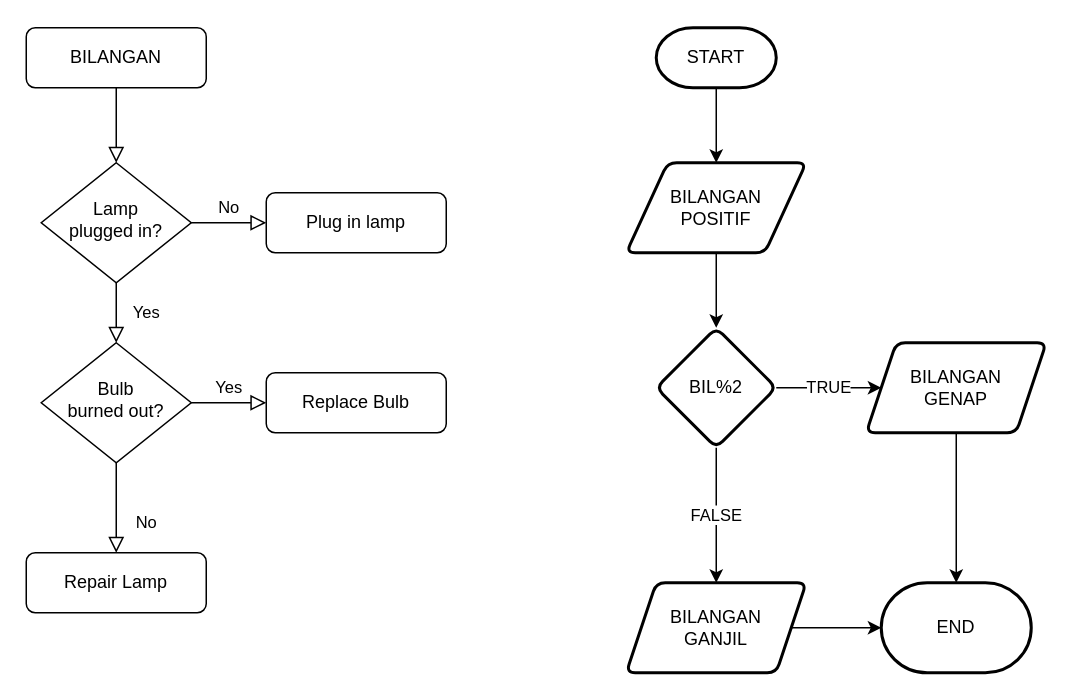
This is Menentuka Bilangan Genap dan Ganjil.drawio from Vanvill027/Algo_B_23241075_2, a draw.io file, before an edit. Source tidied: cells renumbered, new cells numbered last; positions are measured from the earlier drawing's top-left corner, leaving out a move shared by most shapes. Both pictures are drawn from the tidied source at 150%, with x=0, y=0 at pixel (26, 27).
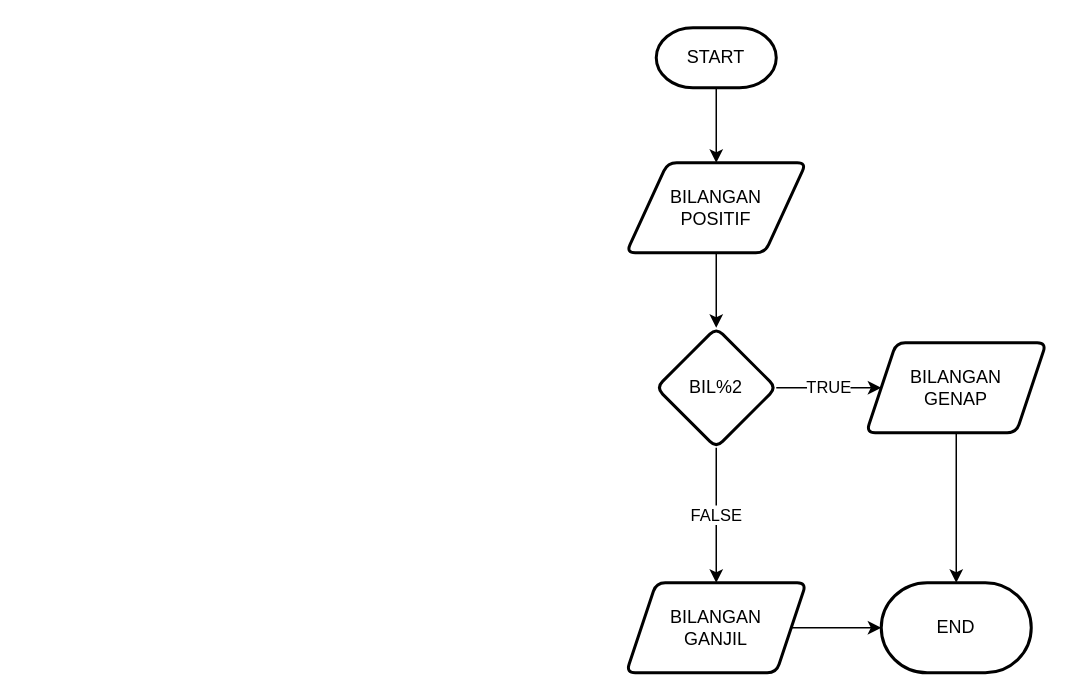
After the change.

The edit, as a diff of the source:
```diff
@@
-    <mxCell id="2" style="rounded=0;html=1;jettySize=auto;fontSize=11;endArrow=block;endFill=0;endSize=8;strokeWidth=1;shadow=0;labelBackgroundColor=none;edgeStyle=orthogonalEdgeStyle;" parent="1" edge="1" source="3" target="6">
-      <mxGeometry relative="1" as="geometry" />
-    </mxCell>
-    <mxCell id="3" value="BILANGAN" style="rounded=1;whiteSpace=wrap;html=1;fontSize=12;glass=0;strokeWidth=1;shadow=0;" parent="1" vertex="1">
-      <mxGeometry width="120" height="40" as="geometry" />
-    </mxCell>
-    <mxCell id="4" value="Yes" style="rounded=0;html=1;jettySize=auto;fontSize=11;endArrow=block;endFill=0;endSize=8;strokeWidth=1;shadow=0;labelBackgroundColor=none;edgeStyle=orthogonalEdgeStyle;" parent="1" edge="1" source="6" target="10">
-      <mxGeometry y="20" relative="1" as="geometry" />
-    </mxCell>
-    <mxCell id="5" value="No" style="edgeStyle=orthogonalEdgeStyle;rounded=0;html=1;jettySize=auto;fontSize=11;endArrow=block;endFill=0;endSize=8;strokeWidth=1;shadow=0;labelBackgroundColor=none;" parent="1" edge="1" source="6" target="7">
-      <mxGeometry y="10" relative="1" as="geometry" />
-    </mxCell>
-    <mxCell id="6" value="Lamp&lt;br&gt;plugged in?" style="rhombus;whiteSpace=wrap;html=1;shadow=0;fontFamily=Helvetica;fontSize=12;align=center;strokeWidth=1;spacing=6;spacingTop=-4;" parent="1" vertex="1">
-      <mxGeometry x="10" y="90" width="100" height="80" as="geometry" />
-    </mxCell>
-    <mxCell id="7" value="Plug in lamp" style="rounded=1;whiteSpace=wrap;html=1;fontSize=12;glass=0;strokeWidth=1;shadow=0;" parent="1" vertex="1">
-      <mxGeometry x="160" y="110" width="120" height="40" as="geometry" />
-    </mxCell>
-    <mxCell id="8" value="No" style="rounded=0;html=1;jettySize=auto;fontSize=11;endArrow=block;endFill=0;endSize=8;strokeWidth=1;shadow=0;labelBackgroundColor=none;edgeStyle=orthogonalEdgeStyle;" parent="1" edge="1" source="10" target="11">
-      <mxGeometry x="0.33" y="20" relative="1" as="geometry" />
-    </mxCell>
-    <mxCell id="9" value="Yes" style="edgeStyle=orthogonalEdgeStyle;rounded=0;html=1;jettySize=auto;fontSize=11;endArrow=block;endFill=0;endSize=8;strokeWidth=1;shadow=0;labelBackgroundColor=none;" parent="1" edge="1" source="10" target="12">
-      <mxGeometry y="10" relative="1" as="geometry" />
-    </mxCell>
-    <mxCell id="10" value="Bulb&lt;br&gt;burned out?" style="rhombus;whiteSpace=wrap;html=1;shadow=0;fontFamily=Helvetica;fontSize=12;align=center;strokeWidth=1;spacing=6;spacingTop=-4;" parent="1" vertex="1">
-      <mxGeometry x="10" y="210" width="100" height="80" as="geometry" />
-    </mxCell>
-    <mxCell id="11" value="Repair Lamp" style="rounded=1;whiteSpace=wrap;html=1;fontSize=12;glass=0;strokeWidth=1;shadow=0;" parent="1" vertex="1">
-      <mxGeometry y="350" width="120" height="40" as="geometry" />
-    </mxCell>
-    <mxCell id="12" value="Replace Bulb" style="rounded=1;whiteSpace=wrap;html=1;fontSize=12;glass=0;strokeWidth=1;shadow=0;" parent="1" vertex="1">
-      <mxGeometry x="160" y="230" width="120" height="40" as="geometry" />
-    </mxCell>
```
